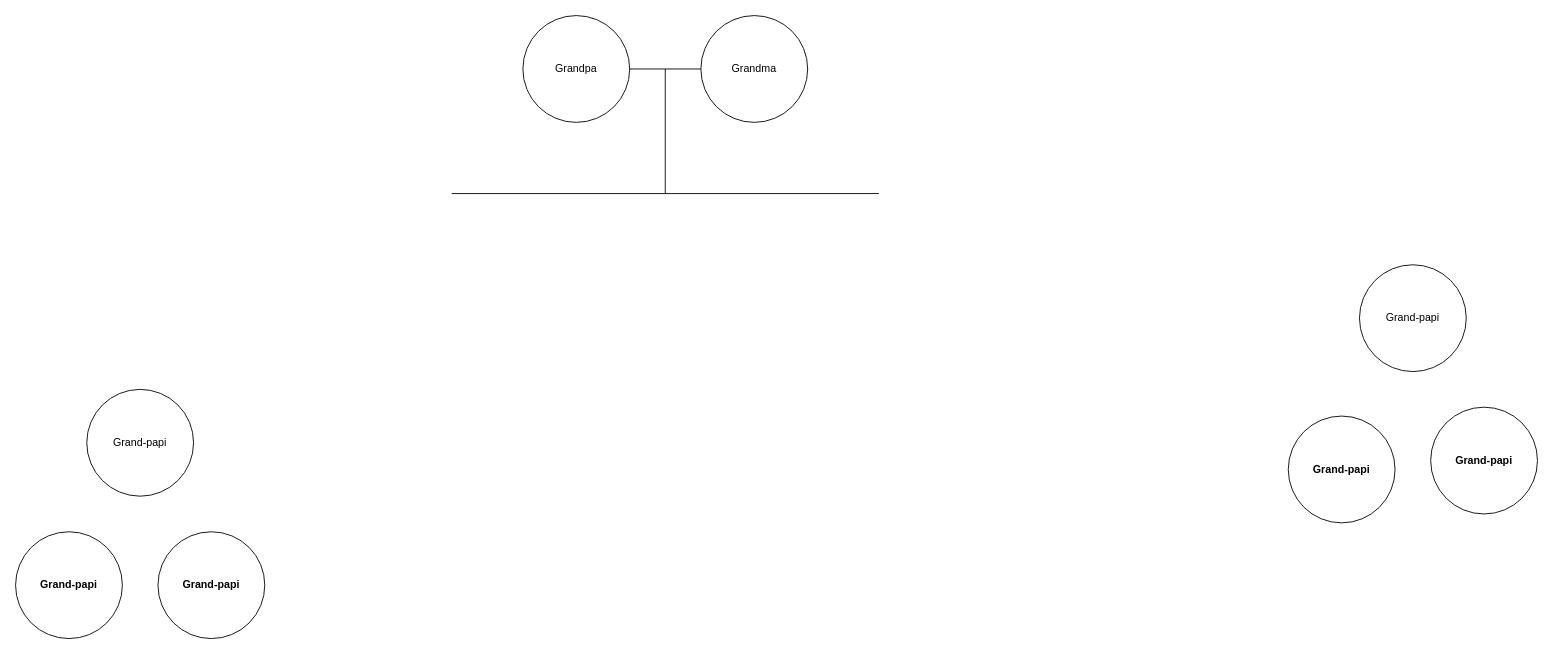
Before: DND_Family_Tree.drawio in crapeter/DND_Bot, a draw.io diagram. Source tidied: cells renumbered, new cells numbered last; positions are measured from the earlier drawing's top-left corner, leaving out a move shared by most shapes. Both pictures are drawn from the tidied source at 89%, with x=0, y=0 at pixel (15, 15).
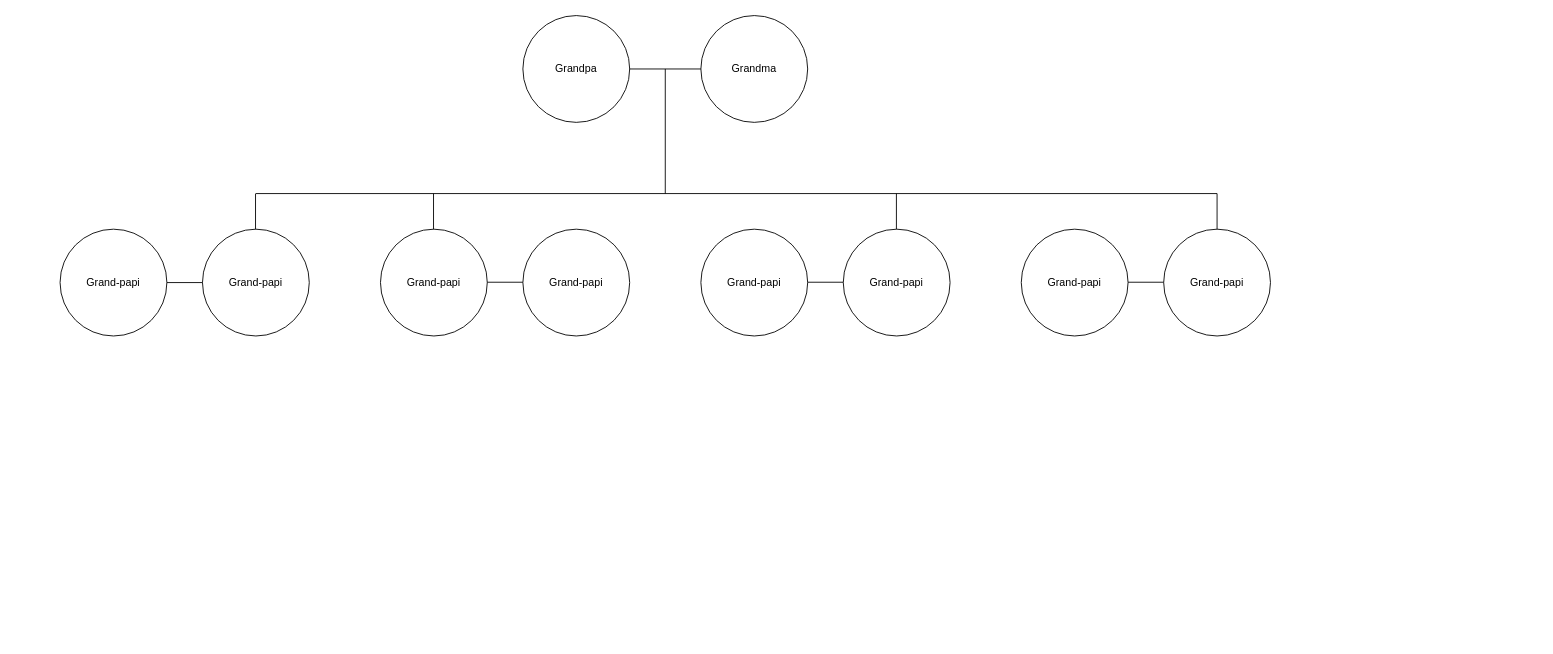
Above is the later version.

Change to the diagram source:
```diff
@@
     <mxCell id="3" value="Grand-papi" style="ellipse;whiteSpace=wrap;html=1;align=center;" parent="1" vertex="1">
-      <mxGeometry x="80" y="420" width="120" height="120" as="geometry" />
+      <mxGeometry x="50" y="240" width="120" height="120" as="geometry" />
     </mxCell>
-    <mxCell id="4" value="Grand-papi" style="ellipse;whiteSpace=wrap;html=1;align=center;" parent="1" vertex="1">
-      <mxGeometry x="1510" y="280" width="120" height="120" as="geometry" />
-    </mxCell>
-    <mxCell id="5" value="Grand-papi" style="ellipse;whiteSpace=wrap;html=1;align=center;fontStyle=1;" parent="1" vertex="1">
-      <mxGeometry y="580" width="120" height="120" as="geometry" />
-    </mxCell>
-    <mxCell id="6" value="Grand-papi" style="ellipse;whiteSpace=wrap;html=1;align=center;fontStyle=1;" parent="1" vertex="1">
-      <mxGeometry x="160" y="580" width="120" height="120" as="geometry" />
-    </mxCell>
-    <mxCell id="7" value="Grand-papi" style="ellipse;whiteSpace=wrap;html=1;align=center;fontStyle=1;" parent="1" vertex="1">
-      <mxGeometry x="1430" y="450" width="120" height="120" as="geometry" />
-    </mxCell>
-    <mxCell id="8" value="Grand-papi" style="ellipse;whiteSpace=wrap;html=1;align=center;fontStyle=1;" parent="1" vertex="1">
-      <mxGeometry x="1590" y="440" width="120" height="120" as="geometry" />
-    </mxCell>
@@
     <mxCell id="12" style="endArrow=none;html=1;rounded=0;" parent="1" edge="1">
       <mxGeometry relative="1" as="geometry">
-        <mxPoint x="490" y="200" as="sourcePoint" />
-        <mxPoint x="970" y="200" as="targetPoint" />
+        <mxPoint x="270" y="200" as="sourcePoint" />
+        <mxPoint x="1350" y="200" as="targetPoint" />
       </mxGeometry>
     </mxCell>
+    <mxCell id="13" value="Grand-papi" style="ellipse;whiteSpace=wrap;html=1;align=center;" parent="1" vertex="1">
+      <mxGeometry x="410" y="240" width="120" height="120" as="geometry" />
+    </mxCell>
+    <mxCell id="14" value="Grand-papi" style="ellipse;whiteSpace=wrap;html=1;align=center;" parent="1" vertex="1">
+      <mxGeometry x="570" y="240" width="120" height="120" as="geometry" />
+    </mxCell>
+    <mxCell id="15" value="Grand-papi" style="ellipse;whiteSpace=wrap;html=1;align=center;" parent="1" vertex="1">
+      <mxGeometry x="210" y="240" width="120" height="120" as="geometry" />
+    </mxCell>
+    <mxCell id="16" value="Grand-papi" style="ellipse;whiteSpace=wrap;html=1;align=center;" parent="1" vertex="1">
+      <mxGeometry x="770" y="240" width="120" height="120" as="geometry" />
+    </mxCell>
+    <mxCell id="17" value="Grand-papi" style="ellipse;whiteSpace=wrap;html=1;align=center;" parent="1" vertex="1">
+      <mxGeometry x="930" y="240" width="120" height="120" as="geometry" />
+    </mxCell>
+    <mxCell id="18" value="Grand-papi" style="ellipse;whiteSpace=wrap;html=1;align=center;" parent="1" vertex="1">
+      <mxGeometry x="1130" y="240" width="120" height="120" as="geometry" />
+    </mxCell>
+    <mxCell id="19" value="Grand-papi" style="ellipse;whiteSpace=wrap;html=1;align=center;" parent="1" vertex="1">
+      <mxGeometry x="1290" y="240" width="120" height="120" as="geometry" />
+    </mxCell>
+    <mxCell id="20" style="endArrow=none;html=1;rounded=0;exitX=0.5;exitY=0;exitDx=0;exitDy=0;" parent="1" edge="1" source="19">
+      <mxGeometry relative="1" as="geometry">
+        <mxPoint x="1350" y="200" as="targetPoint" />
+      </mxGeometry>
+    </mxCell>
+    <mxCell id="21" style="endArrow=none;html=1;rounded=0;exitX=0.5;exitY=0;exitDx=0;exitDy=0;" parent="1" edge="1">
+      <mxGeometry relative="1" as="geometry">
+        <mxPoint x="989.7" y="240" as="sourcePoint" />
+        <mxPoint x="989.7" y="200" as="targetPoint" />
+      </mxGeometry>
+    </mxCell>
+    <mxCell id="22" style="endArrow=none;html=1;rounded=0;exitX=0.5;exitY=0;exitDx=0;exitDy=0;" parent="1" edge="1">
+      <mxGeometry relative="1" as="geometry">
+        <mxPoint x="469.6" y="240" as="sourcePoint" />
+        <mxPoint x="469.6" y="200" as="targetPoint" />
+      </mxGeometry>
+    </mxCell>
+    <mxCell id="23" style="endArrow=none;html=1;rounded=0;exitX=0.5;exitY=0;exitDx=0;exitDy=0;" parent="1" edge="1">
+      <mxGeometry relative="1" as="geometry">
+        <mxPoint x="269.6" y="240" as="sourcePoint" />
+        <mxPoint x="269.6" y="200" as="targetPoint" />
+      </mxGeometry>
+    </mxCell>
+    <mxCell id="24" style="endArrow=none;html=1;rounded=0;exitX=1;exitY=0.5;exitDx=0;exitDy=0;entryX=0;entryY=0.5;entryDx=0;entryDy=0;" parent="1" edge="1" source="3" target="15">
+      <mxGeometry relative="1" as="geometry" />
+    </mxCell>
+    <mxCell id="25" style="endArrow=none;html=1;rounded=0;exitX=1;exitY=0.5;exitDx=0;exitDy=0;entryX=0;entryY=0.5;entryDx=0;entryDy=0;" parent="1" edge="1">
+      <mxGeometry relative="1" as="geometry">
+        <mxPoint x="530" y="299.6" as="sourcePoint" />
+        <mxPoint x="570" y="299.6" as="targetPoint" />
+      </mxGeometry>
+    </mxCell>
+    <mxCell id="26" style="endArrow=none;html=1;rounded=0;exitX=1;exitY=0.5;exitDx=0;exitDy=0;entryX=0;entryY=0.5;entryDx=0;entryDy=0;" parent="1" edge="1">
+      <mxGeometry relative="1" as="geometry">
+        <mxPoint x="890" y="299.6" as="sourcePoint" />
+        <mxPoint x="930" y="299.6" as="targetPoint" />
+      </mxGeometry>
+    </mxCell>
+    <mxCell id="27" style="endArrow=none;html=1;rounded=0;exitX=1;exitY=0.5;exitDx=0;exitDy=0;entryX=0;entryY=0.5;entryDx=0;entryDy=0;" parent="1" edge="1">
+      <mxGeometry relative="1" as="geometry">
+        <mxPoint x="1250" y="299.6" as="sourcePoint" />
+        <mxPoint x="1290" y="299.6" as="targetPoint" />
+      </mxGeometry>
+    </mxCell>
```
